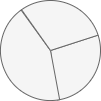
Above: docs/img/test.drawio.png in todom741/hentaidocusaurus (draw.io), before the change. Source tidied: cells renumbered, new cells last; positions are measured from the earlier drawing's top-left corner, leaving out a move shared by most shapes.
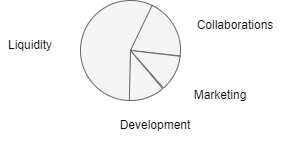
The same file after the commit.

Change to the diagram source:
```diff
@@ -2,14 +2,29 @@
   <root>
     <mxCell id="0" />
     <mxCell id="1" parent="0" />
-    <mxCell id="2" style="verticalLabelPosition=bottom;verticalAlign=top;html=1;shape=mxgraph.basic.pie;fillColor=#f5f5f5;strokeColor=#666666;startAngle=0.2;endAngle=0.48099229607602517;fontColor=#333333;" parent="1" vertex="1">
+    <mxCell id="2" style="verticalLabelPosition=bottom;verticalAlign=top;html=1;shape=mxgraph.basic.pie;fillColor=#f5f5f5;strokeColor=#666666;startAngle=0.3884555565974463;endAngle=0.5075730860941841;fontColor=#333333;" parent="1" vertex="1">
       <mxGeometry width="100" height="100" as="geometry" />
     </mxCell>
-    <mxCell id="3" style="verticalLabelPosition=bottom;verticalAlign=top;html=1;shape=mxgraph.basic.pie;fillColor=#f5f5f5;strokeColor=#666666;startAngle=0.4707244896426994;endAngle=0.9;fontColor=#333333;" parent="1" vertex="1">
+    <mxCell id="3" style="verticalLabelPosition=bottom;verticalAlign=top;html=1;shape=mxgraph.basic.pie;fillColor=#f5f5f5;strokeColor=#666666;startAngle=0.503616535201608;endAngle=0.08494229686802504;fontColor=#333333;" parent="1" vertex="1">
       <mxGeometry width="100" height="100" as="geometry" />
     </mxCell>
-    <mxCell id="4" style="verticalLabelPosition=bottom;verticalAlign=top;html=1;shape=mxgraph.basic.pie;fillColor=#f5f5f5;strokeColor=#666666;startAngle=0.9017214661102746;endAngle=0.20033695390044073;fontColor=#333333;" parent="1" vertex="1">
+    <mxCell id="4" style="verticalLabelPosition=bottom;verticalAlign=top;html=1;shape=mxgraph.basic.pie;fillColor=#f5f5f5;strokeColor=#666666;startAngle=0.07099990325506614;endAngle=0.2672317997269218;fontColor=#333333;" parent="1" vertex="1">
       <mxGeometry width="100" height="100" as="geometry" />
     </mxCell>
+    <mxCell id="5" style="verticalLabelPosition=bottom;verticalAlign=top;html=1;shape=mxgraph.basic.pie;fillColor=#f5f5f5;strokeColor=#666666;startAngle=0.26842365170871796;endAngle=0.38525384996236467;fontColor=#333333;" parent="1" vertex="1">
+      <mxGeometry width="100" height="100" as="geometry" />
+    </mxCell>
+    <mxCell id="6" value="Development" style="text;html=1;strokeColor=none;fillColor=none;align=center;verticalAlign=middle;whiteSpace=wrap;rounded=0;" parent="1" vertex="1">
+      <mxGeometry x="30" y="110" width="90" height="30" as="geometry" />
+    </mxCell>
+    <mxCell id="7" value="Marketing" style="text;html=1;strokeColor=none;fillColor=none;align=center;verticalAlign=middle;whiteSpace=wrap;rounded=0;" parent="1" vertex="1">
+      <mxGeometry x="100" y="80" width="80" height="30" as="geometry" />
+    </mxCell>
+    <mxCell id="8" value="Collaborations" style="text;html=1;strokeColor=none;fillColor=none;align=center;verticalAlign=middle;whiteSpace=wrap;rounded=0;" parent="1" vertex="1">
+      <mxGeometry x="110" y="10" width="90" height="30" as="geometry" />
+    </mxCell>
+    <mxCell id="9" value="Liquidity" style="text;html=1;strokeColor=none;fillColor=none;align=center;verticalAlign=middle;whiteSpace=wrap;rounded=0;" parent="1" vertex="1">
+      <mxGeometry x="-80" y="30" width="60" height="30" as="geometry" />
+    </mxCell>
   </root>
 </mxGraphModel>
```
